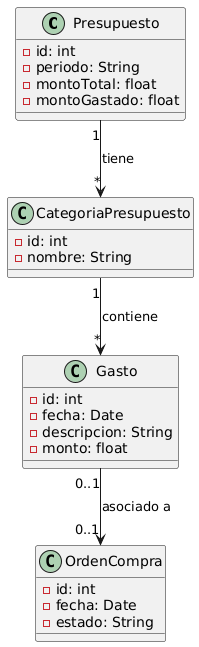
Above: entregas/atecaAlejandro/reto-001/PresupuestoUml.png in mmasias/25-26-IDSW1 (PlantUML), before the change. The source it was exported from:
```plantuml
@startuml
class Presupuesto {
    - id: int
    - periodo: String
    - montoTotal: float
    - montoGastado: float
}

class CategoriaPresupuesto {
    - id: int
    - nombre: String
}

class Gasto {
    - id: int
    - fecha: Date
    - descripcion: String
    - monto: float
}

class OrdenCompra {
    - id: int
    - fecha: Date
    - estado: String
}

Presupuesto "1" --> "*" CategoriaPresupuesto : tiene
CategoriaPresupuesto "1" --> "*" Gasto : contiene
Gasto "0..1" --> "0..1" OrdenCompra : asociado a
@enduml
```
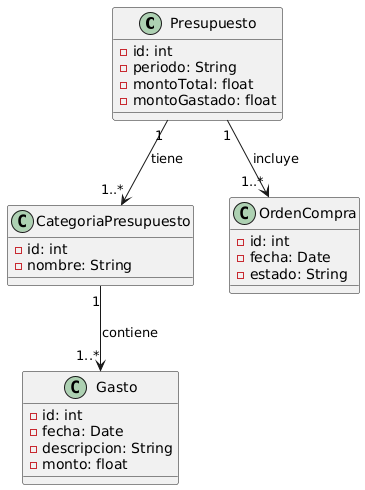
Above is the later version.

Change to the diagram source:
```diff
@@ -24,7 +24,9 @@
     - estado: String
 }
 
-Presupuesto "1" --> "*" CategoriaPresupuesto : tiene
-CategoriaPresupuesto "1" --> "*" Gasto : contiene
-Gasto "0..1" --> "0..1" OrdenCompra : asociado a
+
+
+Presupuesto "1" --> "1..*" CategoriaPresupuesto : tiene
+CategoriaPresupuesto "1" --> "1..*" Gasto : contiene
+Presupuesto "1" --> "1..*" OrdenCompra : incluye
 @enduml
```
